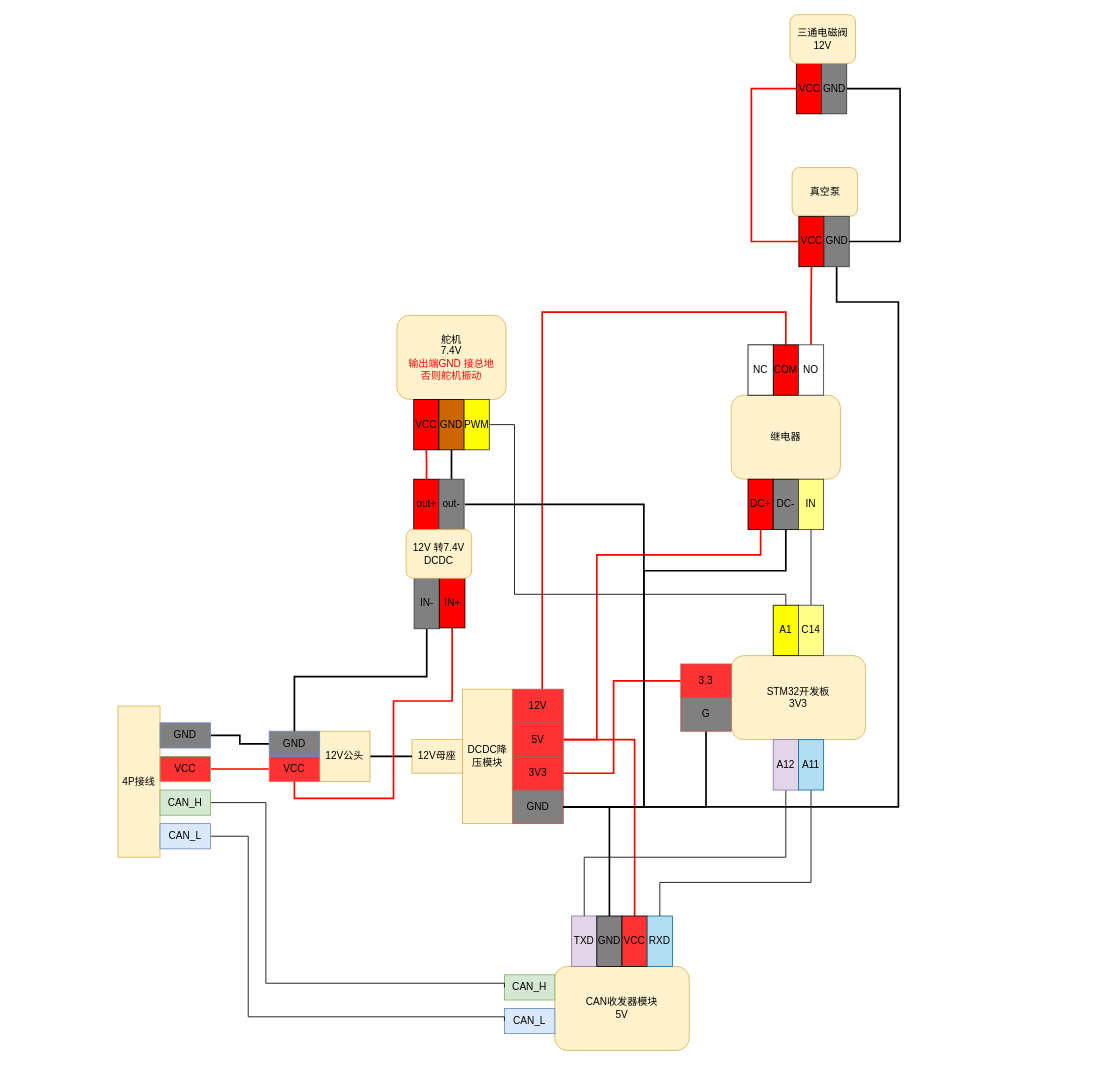
enpeizhao/drawio_disk keeps this draw.io diagram as page "第 4 页" (4 of 4) of 未命名绘图.drawio. Above is the earlier version. Source tidied: cells renumbered, new cells numbered last; positions are measured from the earlier drawing's top-left corner, leaving out a move shared by most shapes. Both pictures are drawn from the tidied source at 84%, with x=0, y=0 at pixel (118, 14).
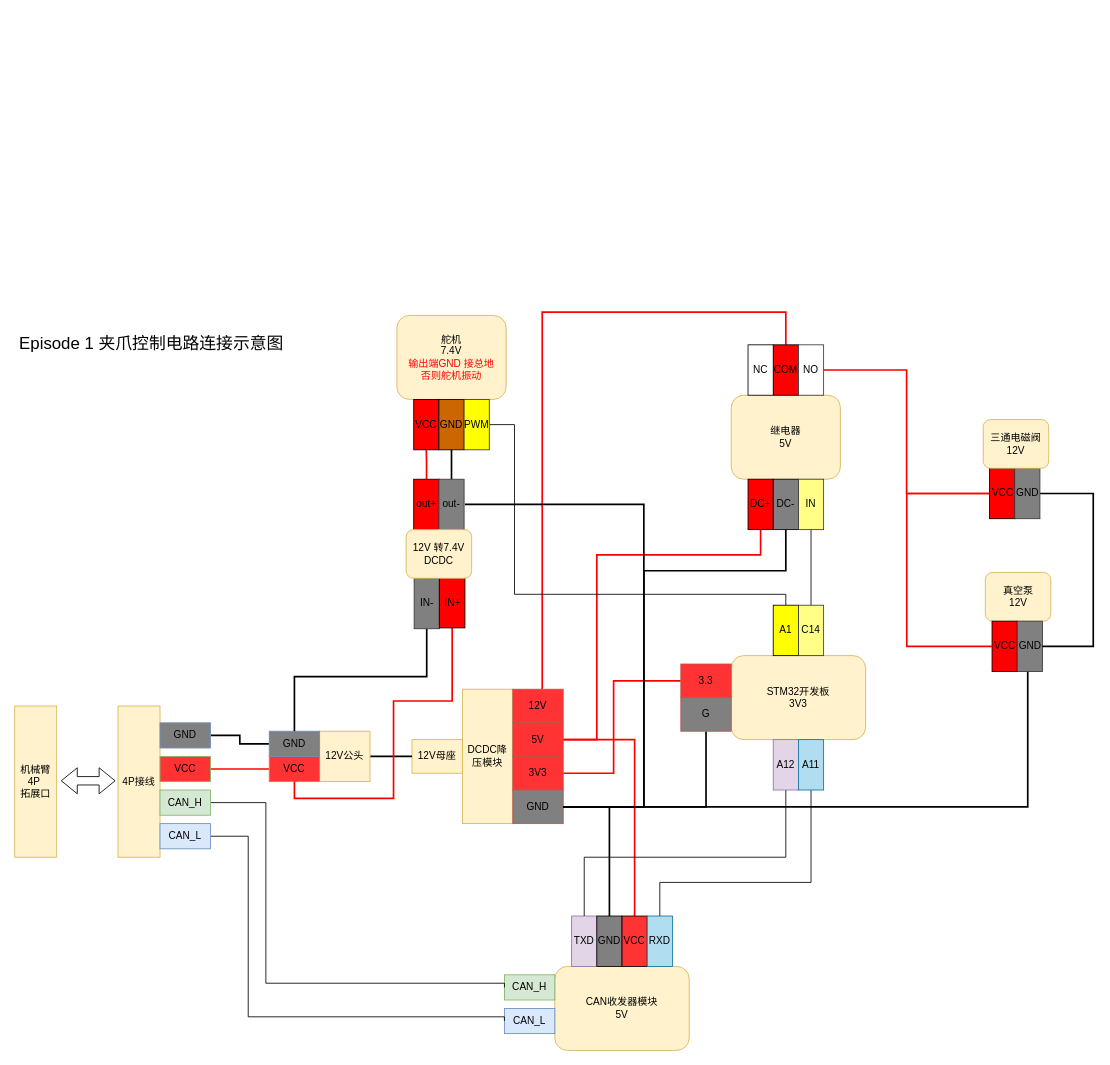
The same diagram, later.

Commit message:
更新未命名绘图.drawio

Unchanged cells that the change refers to:
```xml
<mxCell id="32" value="GND" style="rounded=0;whiteSpace=wrap;html=1;fillColor=#808080;strokeColor=#b85450;" parent="1" vertex="1">
  <mxGeometry x="470" y="923" width="60" height="40" as="geometry" />
</mxCell>
<mxCell id="52" value="NO" style="rounded=0;whiteSpace=wrap;html=1;fillColor=#FFFFFF;strokeColor=#36393d;" parent="1" vertex="1">
  <mxGeometry x="810" y="393" width="30" height="60" as="geometry" />
</mxCell>
```

Change to the diagram source:
```diff
@@
-    <mxCell id="45" value="继电器" style="rounded=1;whiteSpace=wrap;html=1;fillColor=#fff2cc;strokeColor=#d6b656;" parent="1" vertex="1">
+    <mxCell id="45" value="继电器&lt;div&gt;5V&lt;/div&gt;" style="rounded=1;whiteSpace=wrap;html=1;fillColor=#fff2cc;strokeColor=#d6b656;" parent="1" vertex="1">
       <mxGeometry x="730" y="453" width="130" height="100" as="geometry" />
     </mxCell>
@@
-    <mxCell id="51" style="edgeStyle=orthogonalEdgeStyle;rounded=0;jettySize=auto;html=1;entryX=0.5;entryY=1;entryDx=0;entryDy=0;endArrow=none;startFill=0;strokeWidth=2;strokeColor=#FF0000;" parent="1" edge="1" source="52" target="55">
+    <mxCell id="51" style="edgeStyle=orthogonalEdgeStyle;rounded=0;jettySize=auto;html=1;entryX=0;entryY=0.5;entryDx=0;entryDy=0;endArrow=none;startFill=0;strokeWidth=2;strokeColor=#FF0000;" parent="1" edge="1" source="52" target="59">
       <mxGeometry relative="1" as="geometry" />
     </mxCell>
@@
-    <mxCell id="54" value="真空泵" style="rounded=1;whiteSpace=wrap;html=1;fillColor=#fff2cc;strokeColor=#d6b656;" parent="1" vertex="1">
-      <mxGeometry x="802.5" y="182" width="78" height="58" as="geometry" />
+    <mxCell id="54" value="真空泵&lt;div&gt;12V&lt;/div&gt;" style="rounded=1;whiteSpace=wrap;html=1;fillColor=#fff2cc;strokeColor=#d6b656;" parent="1" vertex="1">
+      <mxGeometry x="1032.5" y="664" width="78" height="58" as="geometry" />
     </mxCell>
     <mxCell id="55" value="VCC" style="rounded=0;whiteSpace=wrap;html=1;fillColor=#FF0000;" parent="1" vertex="1">
-      <mxGeometry x="810.5" y="240" width="30" height="60" as="geometry" />
+      <mxGeometry x="1040.5" y="722" width="30" height="60" as="geometry" />
     </mxCell>
     <mxCell id="56" style="edgeStyle=orthogonalEdgeStyle;rounded=0;jettySize=auto;html=1;entryX=1;entryY=0.5;entryDx=0;entryDy=0;endArrow=none;startFill=0;strokeWidth=2;" parent="1" edge="1" source="57" target="32">
       <mxGeometry relative="1" as="geometry">
         <Array as="points">
-          <mxPoint x="856" y="342" />
-          <mxPoint x="929" y="342" />
-          <mxPoint x="929" y="943" />
+          <mxPoint x="1083" y="943" />
         </Array>
       </mxGeometry>
     </mxCell>
     <mxCell id="57" value="GND" style="rounded=0;whiteSpace=wrap;html=1;fillColor=#808080;strokeColor=#36393d;" parent="1" vertex="1">
-      <mxGeometry x="840.5" y="240" width="30" height="60" as="geometry" />
+      <mxGeometry x="1070.5" y="722" width="30" height="60" as="geometry" />
     </mxCell>
     <mxCell id="58" style="edgeStyle=orthogonalEdgeStyle;rounded=0;jettySize=auto;html=1;entryX=0;entryY=0.5;entryDx=0;entryDy=0;endArrow=none;startFill=0;strokeWidth=2;strokeColor=#FF0000;" parent="1" edge="1" source="59" target="55">
       <mxGeometry relative="1" as="geometry">
         <Array as="points">
-          <mxPoint x="754" y="88" />
-          <mxPoint x="754" y="270" />
+          <mxPoint x="939" y="570" />
+          <mxPoint x="939" y="752" />
         </Array>
       </mxGeometry>
     </mxCell>
     <mxCell id="59" value="VCC" style="rounded=0;whiteSpace=wrap;html=1;fillColor=#FF0000;" parent="1" vertex="1">
-      <mxGeometry x="807.5" y="58" width="30.5" height="60" as="geometry" />
+      <mxGeometry x="1037.5" y="540" width="30.5" height="60" as="geometry" />
     </mxCell>
     <mxCell id="60" style="edgeStyle=orthogonalEdgeStyle;rounded=0;jettySize=auto;html=1;entryX=1;entryY=0.5;entryDx=0;entryDy=0;endArrow=none;startFill=0;strokeWidth=2;" parent="1" edge="1" source="61" target="57">
       <mxGeometry relative="1" as="geometry">
         <Array as="points">
-          <mxPoint x="931" y="88" />
-          <mxPoint x="931" y="270" />
+          <mxPoint x="1161" y="570" />
+          <mxPoint x="1161" y="752" />
         </Array>
       </mxGeometry>
     </mxCell>
     <mxCell id="61" value="GND" style="rounded=0;whiteSpace=wrap;html=1;fillColor=#808080;strokeColor=#36393d;" parent="1" vertex="1">
-      <mxGeometry x="837.5" y="58" width="30" height="60" as="geometry" />
+      <mxGeometry x="1067.5" y="540" width="30" height="60" as="geometry" />
     </mxCell>
     <mxCell id="62" value="&lt;div&gt;三通电磁阀&lt;/div&gt;&lt;div&gt;12V&lt;/div&gt;" style="rounded=1;whiteSpace=wrap;html=1;fillColor=#fff2cc;strokeColor=#d6b656;" parent="1" vertex="1">
-      <mxGeometry x="800" width="78" height="58" as="geometry" />
+      <mxGeometry x="1030" y="482" width="78" height="58" as="geometry" />
     </mxCell>
@@
+    <mxCell id="77" value="机械臂4P&amp;nbsp;&lt;div&gt;拓展口&lt;/div&gt;" style="rounded=0;whiteSpace=wrap;html=1;fillColor=#fff2cc;strokeColor=#d6b656;" parent="1" vertex="1">
+      <mxGeometry x="-123" y="823" width="50" height="180" as="geometry" />
+    </mxCell>
+    <mxCell id="78" style="shape=flexArrow;endArrow=classic;startArrow=classic;html=1;rounded=0;" parent="1" edge="1">
+      <mxGeometry relative="1" as="geometry">
+        <mxPoint x="-68" y="912" as="sourcePoint" />
+        <mxPoint x="-3" y="912" as="targetPoint" />
+      </mxGeometry>
+    </mxCell>
+    <mxCell id="79" value="&lt;font style=&quot;font-size: 20px; line-height: 160%;&quot;&gt;Episode 1 夹爪控制电路连接示意图&lt;/font&gt;" style="text;html=1;align=center;verticalAlign=middle;whiteSpace=wrap;rounded=0;" parent="1" vertex="1">
+      <mxGeometry x="-123" y="358" width="326" height="65" as="geometry" />
+    </mxCell>
```
